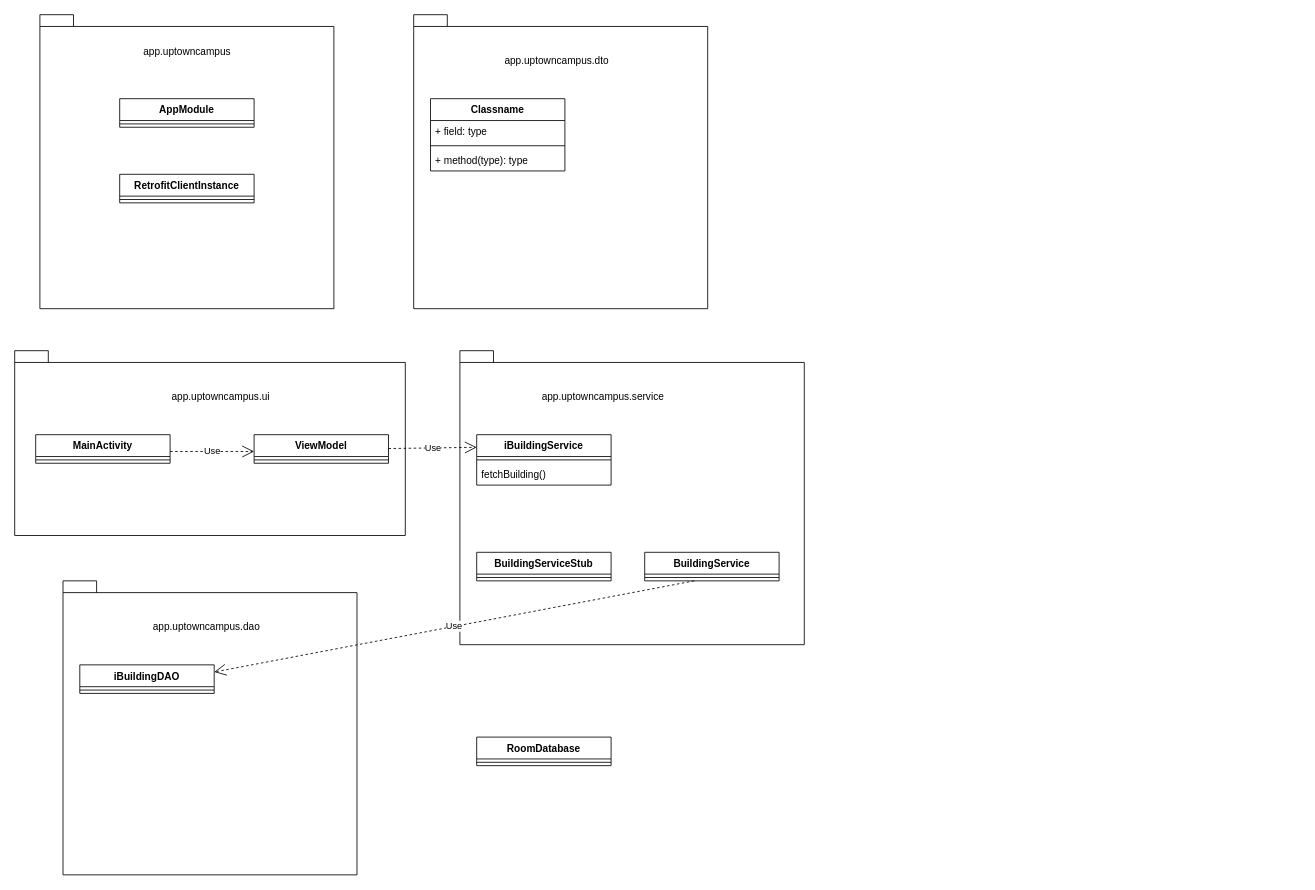
The draw.io diagram UptownCampus_ClassDiagram.drawio in iByrd/UptownCampus, before the edit. Source tidied: cells renumbered, new cells numbered last; positions are measured from the earlier drawing's top-left corner, leaving out a move shared by most shapes. Both pictures are drawn from the tidied source at 84%, with x=0, y=0 at pixel (14, 14).
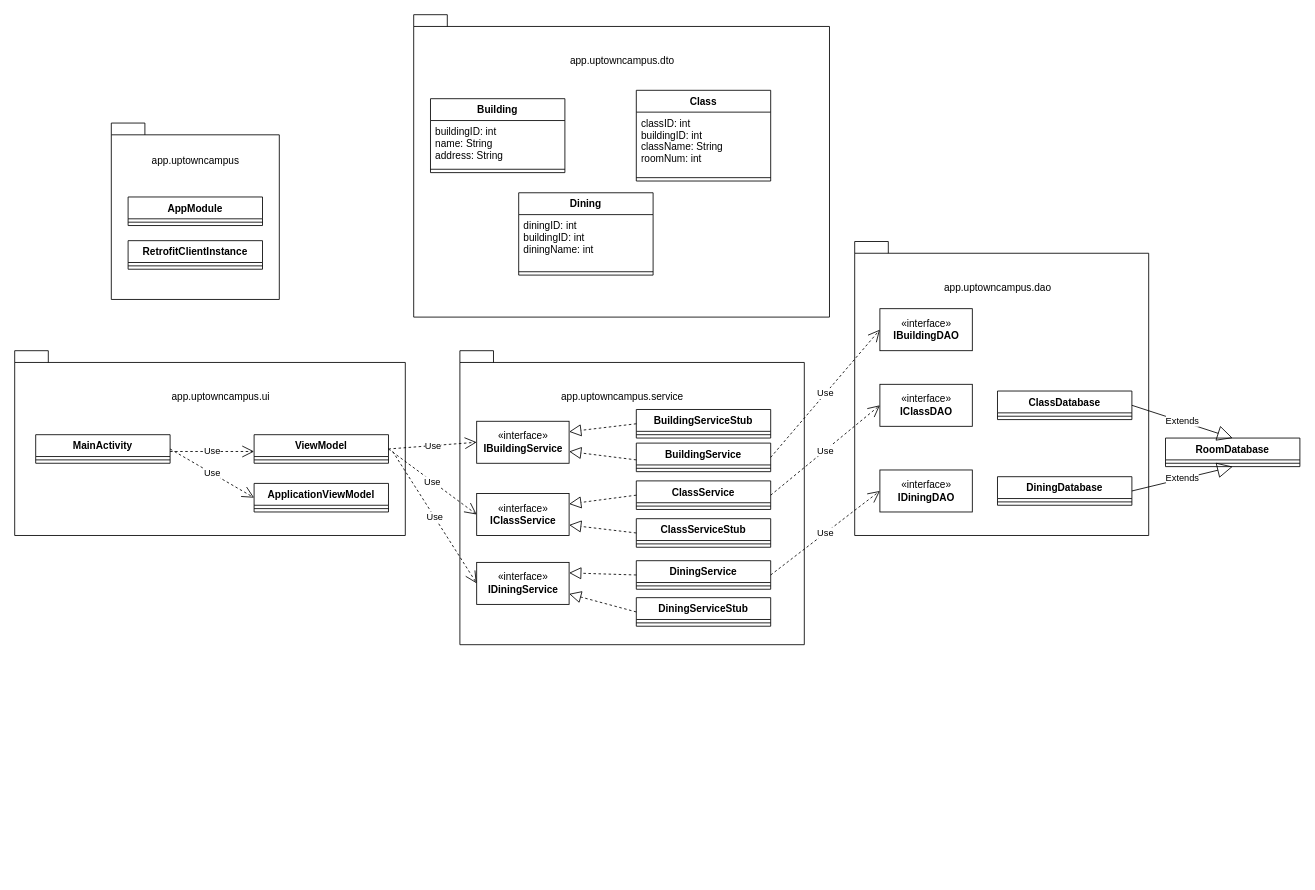
After the change.

Unchanged cells that the change refers to:
```xml
<mxCell id="16" value="MainActivity" style="swimlane;fontStyle=1;align=center;verticalAlign=top;horizontal=1;startSize=26;" parent="1" vertex="1">
  <mxGeometry x="25" y="500" width="160" height="34" as="geometry" />
</mxCell>
<mxCell id="18" value="ViewModel" style="swimlane;fontStyle=1;align=center;verticalAlign=top;horizontal=1;startSize=26;" parent="1" vertex="1">
  <mxGeometry x="285" y="500" width="160" height="34" as="geometry" />
</mxCell>
<mxCell id="30" style="line;strokeWidth=1;fillColor=none;align=left;verticalAlign=middle;spacingTop=-1;spacingLeft=3;spacingRight=3;labelPosition=right;points=[];portConstraint=eastwest;strokeColor=inherit;" parent="29" vertex="1">
  <mxGeometry y="26" width="160" height="8" as="geometry" />
</mxCell>
```

Diff of the diagram source:
```diff
@@
     <mxCell id="2" style="shape=folder;fontStyle=1;spacingTop=2;tabWidth=40;tabHeight=14;tabPosition=left;html=1;" parent="1" vertex="1">
-      <mxGeometry x="30" width="350" height="350" as="geometry" />
+      <mxGeometry x="115" y="129" width="200" height="210" as="geometry" />
     </mxCell>
     <mxCell id="3" value="app.uptowncampus" style="text;html=1;align=center;verticalAlign=middle;strokeColor=none;fillColor=none;" parent="1" vertex="1">
-      <mxGeometry x="140" y="30" width="130" height="30" as="geometry" />
+      <mxGeometry x="150" y="159" width="130" height="30" as="geometry" />
     </mxCell>
     <mxCell id="4" style="shape=folder;fontStyle=1;spacingTop=2;tabWidth=40;tabHeight=14;tabPosition=left;html=1;" parent="1" vertex="1">
-      <mxGeometry x="475" width="350" height="350" as="geometry" />
+      <mxGeometry x="475" width="495" height="360" as="geometry" />
     </mxCell>
     <mxCell id="5" value="app.uptowncampus.dto" style="text;html=1;align=center;verticalAlign=middle;strokeColor=none;fillColor=none;" parent="1" vertex="1">
-      <mxGeometry x="570" y="40" width="150" height="30" as="geometry" />
+      <mxGeometry x="647.5" y="40" width="150" height="30" as="geometry" />
     </mxCell>
     <mxCell id="6" value="AppModule" style="swimlane;fontStyle=1;align=center;verticalAlign=top;horizontal=1;startSize=26;" parent="1" vertex="1">
-      <mxGeometry x="125" y="100" width="160" height="34" as="geometry" />
+      <mxGeometry x="135" y="217" width="160" height="34" as="geometry" />
     </mxCell>
@@
     <mxCell id="8" value="RetrofitClientInstance" style="swimlane;fontStyle=1;align=center;verticalAlign=top;horizontal=1;startSize=26;" parent="1" vertex="1">
-      <mxGeometry x="125" y="190" width="160" height="34" as="geometry" />
+      <mxGeometry x="135" y="269" width="160" height="34" as="geometry" />
     </mxCell>
@@
-    <mxCell id="10" value="Classname" style="swimlane;fontStyle=1;align=center;verticalAlign=top;horizontal=1;startSize=26;" parent="1" vertex="1">
-      <mxGeometry x="495" y="100" width="160" height="86" as="geometry" />
+    <mxCell id="10" value="Building" style="swimlane;fontStyle=1;align=center;verticalAlign=top;horizontal=1;startSize=26;" parent="1" vertex="1">
+      <mxGeometry x="495" y="100" width="160" height="88" as="geometry" />
     </mxCell>
-    <mxCell id="11" value="+ field: type" style="text;strokeColor=none;fillColor=none;align=left;verticalAlign=top;spacingLeft=4;spacingRight=4;overflow=hidden;" parent="10" vertex="1">
-      <mxGeometry y="26" width="160" height="26" as="geometry" />
+    <mxCell id="11" value="buildingID: int&#10;name: String&#10;address: String" style="text;strokeColor=none;fillColor=none;align=left;verticalAlign=top;spacingLeft=4;spacingRight=4;overflow=hidden;" parent="10" vertex="1">
+      <mxGeometry y="26" width="160" height="54" as="geometry" />
     </mxCell>
     <mxCell id="12" style="line;strokeWidth=1;fillColor=none;align=left;verticalAlign=middle;spacingTop=-1;spacingLeft=3;spacingRight=3;labelPosition=right;strokeColor=inherit;" parent="10" vertex="1">
-      <mxGeometry y="52" width="160" height="8" as="geometry" />
+      <mxGeometry y="80" width="160" height="8" as="geometry" />
     </mxCell>
-    <mxCell id="13" value="+ method(type): type" style="text;strokeColor=none;fillColor=none;align=left;verticalAlign=top;spacingLeft=4;spacingRight=4;overflow=hidden;" parent="10" vertex="1">
-      <mxGeometry y="60" width="160" height="26" as="geometry" />
-    </mxCell>
@@
     <mxCell id="22" value="app.uptowncampus.service" style="text;html=1;align=center;verticalAlign=middle;strokeColor=none;fillColor=none;" parent="1" vertex="1">
-      <mxGeometry x="615" y="440" width="170" height="30" as="geometry" />
+      <mxGeometry x="637.5" y="440" width="170" height="30" as="geometry" />
     </mxCell>
-    <mxCell id="23" value="iBuildingService" style="swimlane;fontStyle=1;align=center;verticalAlign=top;horizontal=1;startSize=26;" parent="1" vertex="1">
-      <mxGeometry x="550" y="500" width="160" height="60" as="geometry" />
-    </mxCell>
-    <mxCell id="24" style="line;strokeWidth=1;fillColor=none;align=left;verticalAlign=middle;spacingTop=-1;spacingLeft=3;spacingRight=3;labelPosition=right;strokeColor=inherit;" parent="23" vertex="1">
-      <mxGeometry y="26" width="160" height="8" as="geometry" />
-    </mxCell>
-    <mxCell id="25" value="fetchBuilding()" style="text;strokeColor=none;fillColor=none;align=left;verticalAlign=top;spacingLeft=4;spacingRight=4;overflow=hidden;" parent="23" vertex="1">
-      <mxGeometry y="34" width="160" height="26" as="geometry" />
-    </mxCell>
-    <mxCell id="26" value="BuildingServiceStub" style="swimlane;fontStyle=1;align=center;verticalAlign=top;horizontal=1;startSize=26;" parent="1" vertex="1">
-      <mxGeometry x="550" y="640" width="160" height="34" as="geometry" />
-    </mxCell>
-    <mxCell id="27" style="line;strokeWidth=1;fillColor=none;align=left;verticalAlign=middle;spacingTop=-1;spacingLeft=3;spacingRight=3;labelPosition=right;strokeColor=inherit;" parent="26" vertex="1">
-      <mxGeometry y="26" width="160" height="8" as="geometry" />
-    </mxCell>
-    <mxCell id="28" value="Use" style="endArrow=open;endSize=12;dashed=1;html=1;rounded=0;entryX=0;entryY=0.25;entryDx=0;entryDy=0;" parent="1" edge="1" target="23">
-      <mxGeometry relative="1" as="geometry">
-        <mxPoint x="445" y="516.5" as="sourcePoint" />
-      </mxGeometry>
-    </mxCell>
     <mxCell id="29" value="BuildingService" style="swimlane;fontStyle=1;align=center;verticalAlign=top;horizontal=1;startSize=26;" parent="1" vertex="1">
-      <mxGeometry x="750" y="640" width="160" height="34" as="geometry" />
+      <mxGeometry x="740" y="510" width="160" height="34" as="geometry" />
     </mxCell>
@@
     <mxCell id="31" style="shape=folder;fontStyle=1;spacingTop=2;tabWidth=40;tabHeight=14;tabPosition=left;html=1;" parent="1" vertex="1">
-      <mxGeometry x="57.5" y="674" width="350" height="350" as="geometry" />
+      <mxGeometry x="1000" y="270" width="350" height="350" as="geometry" />
     </mxCell>
     <mxCell id="32" value="app.uptowncampus.dao" style="text;html=1;align=center;verticalAlign=middle;strokeColor=none;fillColor=none;" parent="1" vertex="1">
-      <mxGeometry x="152.5" y="714" width="150" height="30" as="geometry" />
+      <mxGeometry x="1095" y="310" width="150" height="30" as="geometry" />
     </mxCell>
-    <mxCell id="33" value="iBuildingDAO" style="swimlane;fontStyle=1;align=center;verticalAlign=top;horizontal=1;startSize=26;" parent="1" vertex="1">
-      <mxGeometry x="77.5" y="774" width="160" height="34" as="geometry" />
-    </mxCell>
-    <mxCell id="34" style="line;strokeWidth=1;fillColor=none;align=left;verticalAlign=middle;spacingTop=-1;spacingLeft=3;spacingRight=3;labelPosition=right;strokeColor=inherit;" parent="33" vertex="1">
-      <mxGeometry y="26" width="160" height="8" as="geometry" />
-    </mxCell>
-    <mxCell id="35" value="Use" style="endArrow=open;endSize=12;dashed=1;html=1;rounded=0;entryX=1;entryY=0.25;entryDx=0;entryDy=0;" parent="1" edge="1" source="30" target="33">
-      <mxGeometry relative="1" as="geometry" />
-    </mxCell>
     <mxCell id="36" value="RoomDatabase" style="swimlane;fontStyle=1;align=center;verticalAlign=top;horizontal=1;startSize=26;" parent="1" vertex="1">
-      <mxGeometry x="550" y="860" width="160" height="34" as="geometry" />
+      <mxGeometry x="1370" y="504" width="160" height="34" as="geometry" />
     </mxCell>
@@
+    <mxCell id="38" value="ApplicationViewModel" style="swimlane;fontStyle=1;align=center;verticalAlign=top;horizontal=1;startSize=26;" parent="1" vertex="1">
+      <mxGeometry x="285" y="558" width="160" height="34" as="geometry" />
+    </mxCell>
+    <mxCell id="39" style="line;strokeWidth=1;fillColor=none;align=left;verticalAlign=middle;spacingTop=-1;spacingLeft=3;spacingRight=3;labelPosition=right;strokeColor=inherit;" parent="38" vertex="1">
+      <mxGeometry y="26" width="160" height="8" as="geometry" />
+    </mxCell>
+    <mxCell id="40" value="Use" style="endArrow=open;endSize=12;dashed=1;html=1;rounded=0;exitX=1;exitY=0.5;exitDx=0;exitDy=0;entryX=0;entryY=0.5;entryDx=0;entryDy=0;" parent="1" edge="1" source="16" target="38">
+      <mxGeometry relative="1" as="geometry" />
+    </mxCell>
+    <mxCell id="41" value="Class" style="swimlane;fontStyle=1;align=center;verticalAlign=top;horizontal=1;startSize=26;" parent="1" vertex="1">
+      <mxGeometry x="740" y="90" width="160" height="108" as="geometry" />
+    </mxCell>
+    <mxCell id="42" value="classID: int&#10;buildingID: int&#10;className: String&#10;roomNum: int" style="text;strokeColor=none;fillColor=none;align=left;verticalAlign=top;spacingLeft=4;spacingRight=4;overflow=hidden;" parent="41" vertex="1">
+      <mxGeometry y="26" width="160" height="74" as="geometry" />
+    </mxCell>
+    <mxCell id="43" style="line;strokeWidth=1;fillColor=none;align=left;verticalAlign=middle;spacingTop=-1;spacingLeft=3;spacingRight=3;labelPosition=right;strokeColor=inherit;" parent="41" vertex="1">
+      <mxGeometry y="100" width="160" height="8" as="geometry" />
+    </mxCell>
+    <mxCell id="44" value="Dining" style="swimlane;fontStyle=1;align=center;verticalAlign=top;horizontal=1;startSize=26;" parent="1" vertex="1">
+      <mxGeometry x="600" y="212" width="160" height="98" as="geometry" />
+    </mxCell>
+    <mxCell id="45" value="diningID: int&#10;buildingID: int&#10;diningName: int" style="text;strokeColor=none;fillColor=none;align=left;verticalAlign=top;spacingLeft=4;spacingRight=4;overflow=hidden;" parent="44" vertex="1">
+      <mxGeometry y="26" width="160" height="64" as="geometry" />
+    </mxCell>
+    <mxCell id="46" style="line;strokeWidth=1;fillColor=none;align=left;verticalAlign=middle;spacingTop=-1;spacingLeft=3;spacingRight=3;labelPosition=right;strokeColor=inherit;" parent="44" vertex="1">
+      <mxGeometry y="90" width="160" height="8" as="geometry" />
+    </mxCell>
+    <mxCell id="47" value="ClassService" style="swimlane;fontStyle=1;align=center;verticalAlign=top;horizontal=1;startSize=26;" parent="1" vertex="1">
+      <mxGeometry x="740" y="555" width="160" height="34" as="geometry" />
+    </mxCell>
+    <mxCell id="48" style="line;strokeWidth=1;fillColor=none;align=left;verticalAlign=middle;spacingTop=-1;spacingLeft=3;spacingRight=3;labelPosition=right;strokeColor=inherit;" parent="47" vertex="1">
+      <mxGeometry y="26" width="160" height="8" as="geometry" />
+    </mxCell>
+    <mxCell id="49" value="DiningService" style="swimlane;fontStyle=1;align=center;verticalAlign=top;horizontal=1;startSize=26;" parent="1" vertex="1">
+      <mxGeometry x="740" y="650" width="160" height="34" as="geometry" />
+    </mxCell>
+    <mxCell id="50" style="line;strokeWidth=1;fillColor=none;align=left;verticalAlign=middle;spacingTop=-1;spacingLeft=3;spacingRight=3;labelPosition=right;strokeColor=inherit;" parent="49" vertex="1">
+      <mxGeometry y="26" width="160" height="8" as="geometry" />
+    </mxCell>
+    <mxCell id="51" value="ClassServiceStub" style="swimlane;fontStyle=1;align=center;verticalAlign=top;horizontal=1;startSize=26;" parent="1" vertex="1">
+      <mxGeometry x="740" y="600" width="160" height="34" as="geometry" />
+    </mxCell>
+    <mxCell id="52" style="line;strokeWidth=1;fillColor=none;align=left;verticalAlign=middle;spacingTop=-1;spacingLeft=3;spacingRight=3;labelPosition=right;strokeColor=inherit;" parent="51" vertex="1">
+      <mxGeometry y="26" width="160" height="8" as="geometry" />
+    </mxCell>
+    <mxCell id="53" value="DiningServiceStub" style="swimlane;fontStyle=1;align=center;verticalAlign=top;horizontal=1;startSize=26;" parent="1" vertex="1">
+      <mxGeometry x="740" y="694" width="160" height="34" as="geometry" />
+    </mxCell>
+    <mxCell id="54" style="line;strokeWidth=1;fillColor=none;align=left;verticalAlign=middle;spacingTop=-1;spacingLeft=3;spacingRight=3;labelPosition=right;strokeColor=inherit;" parent="53" vertex="1">
+      <mxGeometry y="26" width="160" height="8" as="geometry" />
+    </mxCell>
+    <mxCell id="55" value="«interface»&lt;br&gt;&lt;b&gt;IBuildingService&lt;/b&gt;" style="html=1;" parent="1" vertex="1">
+      <mxGeometry x="550" y="484" width="110" height="50" as="geometry" />
+    </mxCell>
+    <mxCell id="56" value="«interface»&lt;br&gt;&lt;b&gt;IClassService&lt;/b&gt;" style="html=1;" parent="1" vertex="1">
+      <mxGeometry x="550" y="570" width="110" height="50" as="geometry" />
+    </mxCell>
+    <mxCell id="57" value="«interface»&lt;br&gt;&lt;b&gt;IDiningService&lt;/b&gt;" style="html=1;" parent="1" vertex="1">
+      <mxGeometry x="550" y="652" width="110" height="50" as="geometry" />
+    </mxCell>
+    <mxCell id="26" value="BuildingServiceStub" style="swimlane;fontStyle=1;align=center;verticalAlign=top;horizontal=1;startSize=26;" parent="1" vertex="1">
+      <mxGeometry x="740" y="470" width="160" height="34" as="geometry" />
+    </mxCell>
+    <mxCell id="27" style="line;strokeWidth=1;fillColor=none;align=left;verticalAlign=middle;spacingTop=-1;spacingLeft=3;spacingRight=3;labelPosition=right;strokeColor=inherit;" parent="26" vertex="1">
+      <mxGeometry y="26" width="160" height="8" as="geometry" />
+    </mxCell>
+    <mxCell id="58" style="endArrow=block;dashed=1;endFill=0;endSize=12;html=1;rounded=0;exitX=0;exitY=0.5;exitDx=0;exitDy=0;entryX=1;entryY=0.25;entryDx=0;entryDy=0;" parent="1" edge="1" source="26" target="55">
+      <mxGeometry relative="1" as="geometry" />
+    </mxCell>
+    <mxCell id="59" style="endArrow=block;dashed=1;endFill=0;endSize=12;html=1;rounded=0;exitX=0;exitY=0.588;exitDx=0;exitDy=0;entryX=1;entryY=0.72;entryDx=0;entryDy=0;exitPerimeter=0;entryPerimeter=0;" parent="1" edge="1" source="29" target="55">
+      <mxGeometry relative="1" as="geometry" />
+    </mxCell>
+    <mxCell id="60" style="endArrow=block;dashed=1;endFill=0;endSize=12;html=1;rounded=0;exitX=0;exitY=0.5;exitDx=0;exitDy=0;entryX=1;entryY=0.25;entryDx=0;entryDy=0;" parent="1" edge="1" source="47" target="56">
+      <mxGeometry relative="1" as="geometry" />
+    </mxCell>
+    <mxCell id="61" style="endArrow=block;dashed=1;endFill=0;endSize=12;html=1;rounded=0;exitX=0;exitY=0.5;exitDx=0;exitDy=0;entryX=1;entryY=0.75;entryDx=0;entryDy=0;" parent="1" edge="1" source="51" target="56">
+      <mxGeometry relative="1" as="geometry" />
+    </mxCell>
+    <mxCell id="62" style="endArrow=block;dashed=1;endFill=0;endSize=12;html=1;rounded=0;exitX=0;exitY=0.5;exitDx=0;exitDy=0;entryX=1;entryY=0.25;entryDx=0;entryDy=0;" parent="1" edge="1" source="49" target="57">
+      <mxGeometry relative="1" as="geometry" />
+    </mxCell>
+    <mxCell id="63" style="endArrow=block;dashed=1;endFill=0;endSize=12;html=1;rounded=0;exitX=0;exitY=0.5;exitDx=0;exitDy=0;entryX=1;entryY=0.75;entryDx=0;entryDy=0;" parent="1" edge="1" source="53" target="57">
+      <mxGeometry relative="1" as="geometry" />
+    </mxCell>
+    <mxCell id="64" value="Use" style="endArrow=open;endSize=12;dashed=1;html=1;rounded=0;exitX=1;exitY=0.5;exitDx=0;exitDy=0;entryX=0;entryY=0.5;entryDx=0;entryDy=0;" parent="1" edge="1" source="18" target="55">
+      <mxGeometry relative="1" as="geometry" />
+    </mxCell>
+    <mxCell id="65" value="Use" style="endArrow=open;endSize=12;dashed=1;html=1;rounded=0;exitX=1;exitY=0.5;exitDx=0;exitDy=0;entryX=0;entryY=0.5;entryDx=0;entryDy=0;" parent="1" edge="1" source="18" target="56">
+      <mxGeometry relative="1" as="geometry" />
+    </mxCell>
+    <mxCell id="66" value="Use" style="endArrow=open;endSize=12;dashed=1;html=1;rounded=0;entryX=0;entryY=0.5;entryDx=0;entryDy=0;" parent="1" edge="1" target="57">
+      <mxGeometry relative="1" as="geometry">
+        <mxPoint x="450" y="520" as="sourcePoint" />
+      </mxGeometry>
+    </mxCell>
+    <mxCell id="67" value="«interface»&lt;br&gt;&lt;b&gt;IBuildingDAO&lt;br&gt;&lt;/b&gt;" style="html=1;" parent="1" vertex="1">
+      <mxGeometry x="1030" y="350" width="110" height="50" as="geometry" />
+    </mxCell>
+    <mxCell id="68" style="edgeStyle=orthogonalEdgeStyle;rounded=0;orthogonalLoop=1;jettySize=auto;html=1;exitX=0.5;exitY=1;exitDx=0;exitDy=0;exitPerimeter=0;" parent="1" edge="1" source="2" target="2">
+      <mxGeometry relative="1" as="geometry" />
+    </mxCell>
+    <mxCell id="69" value="«interface»&lt;br&gt;&lt;b&gt;IClassDAO&lt;br&gt;&lt;/b&gt;" style="html=1;" parent="1" vertex="1">
+      <mxGeometry x="1030" y="440" width="110" height="50" as="geometry" />
+    </mxCell>
+    <mxCell id="70" value="«interface»&lt;br&gt;&lt;b&gt;IDiningDAO&lt;br&gt;&lt;/b&gt;" style="html=1;" parent="1" vertex="1">
+      <mxGeometry x="1030" y="542" width="110" height="50" as="geometry" />
+    </mxCell>
+    <mxCell id="71" value="ClassDatabase" style="swimlane;fontStyle=1;align=center;verticalAlign=top;horizontal=1;startSize=26;" parent="1" vertex="1">
+      <mxGeometry x="1170" y="448" width="160" height="34" as="geometry" />
+    </mxCell>
+    <mxCell id="72" style="line;strokeWidth=1;fillColor=none;align=left;verticalAlign=middle;spacingTop=-1;spacingLeft=3;spacingRight=3;labelPosition=right;strokeColor=inherit;" parent="71" vertex="1">
+      <mxGeometry y="26" width="160" height="8" as="geometry" />
+    </mxCell>
+    <mxCell id="73" value="Extends" style="endArrow=block;endSize=16;endFill=0;html=1;rounded=0;exitX=1;exitY=0.5;exitDx=0;exitDy=0;entryX=0.5;entryY=0;entryDx=0;entryDy=0;" parent="1" edge="1" source="71" target="36">
+      <mxGeometry relative="1" as="geometry" />
+    </mxCell>
+    <mxCell id="74" value="Use" style="endArrow=open;endSize=12;dashed=1;html=1;rounded=0;exitX=1;exitY=0.5;exitDx=0;exitDy=0;entryX=0;entryY=0.5;entryDx=0;entryDy=0;" parent="1" edge="1" source="29" target="67">
+      <mxGeometry relative="1" as="geometry" />
+    </mxCell>
+    <mxCell id="75" value="Use" style="endArrow=open;endSize=12;dashed=1;html=1;rounded=0;exitX=1;exitY=0.5;exitDx=0;exitDy=0;entryX=0;entryY=0.5;entryDx=0;entryDy=0;" parent="1" edge="1" source="47" target="69">
+      <mxGeometry relative="1" as="geometry" />
+    </mxCell>
+    <mxCell id="76" value="Use" style="endArrow=open;endSize=12;dashed=1;html=1;rounded=0;exitX=1;exitY=0.5;exitDx=0;exitDy=0;entryX=0;entryY=0.5;entryDx=0;entryDy=0;" parent="1" edge="1" source="49" target="70">
+      <mxGeometry relative="1" as="geometry" />
+    </mxCell>
+    <mxCell id="77" value="DiningDatabase" style="swimlane;fontStyle=1;align=center;verticalAlign=top;horizontal=1;startSize=26;" parent="1" vertex="1">
+      <mxGeometry x="1170" y="550" width="160" height="34" as="geometry" />
+    </mxCell>
+    <mxCell id="78" style="line;strokeWidth=1;fillColor=none;align=left;verticalAlign=middle;spacingTop=-1;spacingLeft=3;spacingRight=3;labelPosition=right;strokeColor=inherit;" parent="77" vertex="1">
+      <mxGeometry y="26" width="160" height="8" as="geometry" />
+    </mxCell>
+    <mxCell id="79" value="Extends" style="endArrow=block;endSize=16;endFill=0;html=1;rounded=0;exitX=1;exitY=0.5;exitDx=0;exitDy=0;entryX=0.5;entryY=1;entryDx=0;entryDy=0;" parent="1" edge="1" source="77" target="36">
+      <mxGeometry relative="1" as="geometry" />
+    </mxCell>
```
